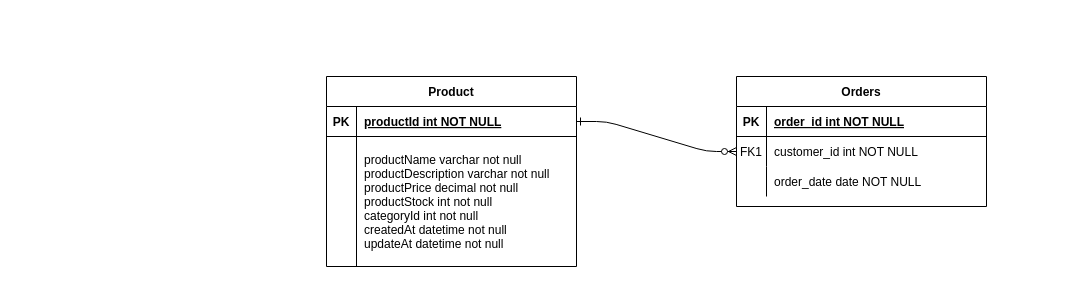
Before: DBInventory.drawio in DrDaxter/diagrams, a draw.io diagram. Source tidied: cells renumbered, new cells numbered last; positions are measured from the earlier drawing's top-left corner, leaving out a move shared by most shapes. Both pictures are drawn from the tidied source at 100%, with x=0, y=0 at pixel (326, 76).
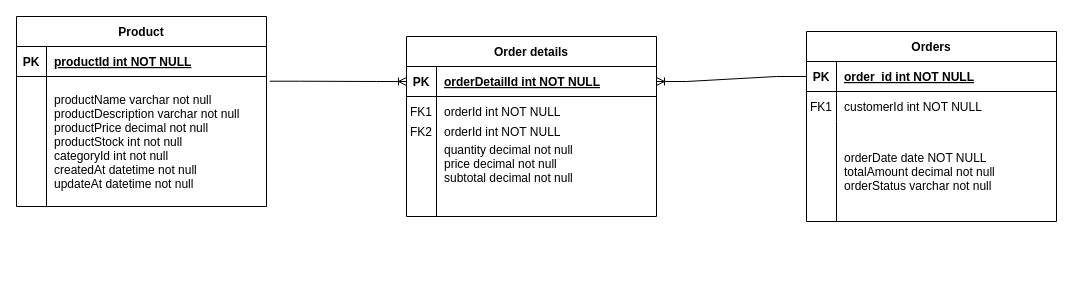
The same diagram, later.

Unchanged cells that the change refers to:
```xml
<mxCell id="4" style="shape=partialRectangle;fillColor=none;points=[[0,0.5],[1,0.5]];portConstraint=eastwest;top=0;left=0;right=0;bottom=1;" parent="3" vertex="1">
  <mxGeometry y="30" width="250" height="30" as="geometry" />
</mxCell>
<mxCell id="7" style="shape=partialRectangle;fillColor=none;points=[[0,0.5],[1,0.5]];portConstraint=eastwest;top=0;left=0;right=0;bottom=0;" parent="3" vertex="1">
  <mxGeometry y="60" width="250" height="30" as="geometry" />
</mxCell>
<mxCell id="14" style="shape=partialRectangle;fillColor=none;points=[[0,0.5],[1,0.5]];portConstraint=eastwest;top=0;left=0;right=0;bottom=1;" parent="13" vertex="1">
  <mxGeometry y="30" width="250" height="30" as="geometry" />
</mxCell>
```

Change to the diagram source:
```diff
@@
-    <mxCell id="2" style="edgeStyle=entityRelationEdgeStyle;endArrow=ERzeroToMany;startArrow=ERone;endFill=1;startFill=0;" parent="1" edge="1" source="14" target="7">
-      <mxGeometry relative="1" as="geometry" />
-    </mxCell>
     <mxCell id="3" value="Orders" style="shape=table;startSize=30;childLayout=tableLayout;rowLines=0;fontStyle=1;align=center;" parent="1" vertex="1">
-      <mxGeometry x="410" width="250" height="130" as="geometry" />
+      <mxGeometry x="480" y="-45" width="250" height="190" as="geometry" />
     </mxCell>
@@
-    <mxCell id="9" value="customer_id int NOT NULL" style="shape=partialRectangle;overflow=hidden;fillColor=none;top=0;left=0;bottom=0;right=0;align=left;spacingLeft=6;" parent="7" vertex="1">
+    <mxCell id="9" value="customerId int NOT NULL" style="shape=partialRectangle;overflow=hidden;fillColor=none;top=0;left=0;bottom=0;right=0;align=left;spacingLeft=6;" parent="7" vertex="1">
       <mxGeometry x="30" width="220" height="30" as="geometry" />
     </mxCell>
     <mxCell id="10" style="shape=partialRectangle;fillColor=none;top=0;left=0;right=0;bottom=0;" parent="3" vertex="1">
-      <mxGeometry y="90" width="250" height="30" as="geometry" />
+      <mxGeometry y="90" width="250" height="100" as="geometry" />
     </mxCell>
     <mxCell id="11" style="shape=partialRectangle;overflow=hidden;fillColor=none;top=0;left=0;bottom=0;right=0;" parent="10" vertex="1">
-      <mxGeometry width="30" height="30" as="geometry" />
+      <mxGeometry width="30" height="100" as="geometry" />
     </mxCell>
-    <mxCell id="12" value="order_date date NOT NULL" style="shape=partialRectangle;overflow=hidden;fillColor=none;top=0;left=0;bottom=0;right=0;align=left;spacingLeft=6;" parent="10" vertex="1">
-      <mxGeometry x="30" width="220" height="30" as="geometry" />
+    <mxCell id="12" value="orderDate date NOT NULL&#10;totalAmount decimal not null&#10;orderStatus varchar not null" style="shape=partialRectangle;overflow=hidden;fillColor=none;top=0;left=0;bottom=0;right=0;align=left;spacingLeft=6;" parent="10" vertex="1">
+      <mxGeometry x="30" width="220" height="100" as="geometry" />
     </mxCell>
     <mxCell id="13" value="Product" style="shape=table;startSize=30;childLayout=tableLayout;rowLines=0;fontStyle=1;align=center;" parent="1" vertex="1">
-      <mxGeometry width="250" height="190" as="geometry" />
+      <mxGeometry x="-310" y="-60" width="250" height="190" as="geometry" />
     </mxCell>
@@
+    <mxCell id="20" value="Order details" style="shape=table;startSize=30;childLayout=tableLayout;rowLines=0;fontStyle=1;align=center;" parent="1" vertex="1">
+      <mxGeometry x="80" y="-40" width="250" height="180" as="geometry" />
+    </mxCell>
+    <mxCell id="21" style="shape=partialRectangle;fillColor=none;points=[[0,0.5],[1,0.5]];portConstraint=eastwest;top=0;left=0;right=0;bottom=1;" parent="20" vertex="1">
+      <mxGeometry y="30" width="250" height="30" as="geometry" />
+    </mxCell>
+    <mxCell id="22" value="PK" style="shape=partialRectangle;overflow=hidden;fillColor=none;top=0;left=0;bottom=0;right=0;fontStyle=1;" parent="21" vertex="1">
+      <mxGeometry width="30" height="30" as="geometry" />
+    </mxCell>
+    <mxCell id="23" value="orderDetailId int NOT NULL " style="shape=partialRectangle;overflow=hidden;fillColor=none;top=0;left=0;bottom=0;right=0;align=left;spacingLeft=6;fontStyle=5;" parent="21" vertex="1">
+      <mxGeometry x="30" width="220" height="30" as="geometry" />
+    </mxCell>
+    <mxCell id="24" style="shape=partialRectangle;fillColor=none;top=0;left=0;right=0;bottom=0;" parent="20" vertex="1">
+      <mxGeometry y="60" width="250" height="120" as="geometry" />
+    </mxCell>
+    <mxCell id="25" style="shape=partialRectangle;overflow=hidden;fillColor=none;top=0;left=0;bottom=0;right=0;" parent="24" vertex="1">
+      <mxGeometry width="30" height="120" as="geometry" />
+    </mxCell>
+    <mxCell id="26" value="&#10;quantity decimal not null&#10;price decimal not null&#10;subtotal decimal not null" style="shape=partialRectangle;overflow=hidden;fillColor=none;top=0;left=0;bottom=0;right=0;align=left;spacingLeft=6;" parent="24" vertex="1">
+      <mxGeometry x="30" width="220" height="120" as="geometry" />
+    </mxCell>
+    <mxCell id="27" value="FK1" style="shape=partialRectangle;overflow=hidden;fillColor=none;top=0;left=0;bottom=0;right=0;" parent="1" vertex="1">
+      <mxGeometry x="80" y="20" width="30" height="30" as="geometry" />
+    </mxCell>
+    <mxCell id="28" value="orderId int NOT NULL" style="shape=partialRectangle;overflow=hidden;fillColor=none;top=0;left=0;bottom=0;right=0;align=left;spacingLeft=6;" parent="1" vertex="1">
+      <mxGeometry x="110" y="20" width="220" height="30" as="geometry" />
+    </mxCell>
+    <mxCell id="29" value="orderId int NOT NULL" style="shape=partialRectangle;overflow=hidden;fillColor=none;top=0;left=0;bottom=0;right=0;align=left;spacingLeft=6;" parent="1" vertex="1">
+      <mxGeometry x="110" y="40" width="220" height="30" as="geometry" />
+    </mxCell>
+    <mxCell id="30" value="FK2" style="shape=partialRectangle;overflow=hidden;fillColor=none;top=0;left=0;bottom=0;right=0;" parent="1" vertex="1">
+      <mxGeometry x="80" y="40" width="30" height="30" as="geometry" />
+    </mxCell>
+    <mxCell id="31" style="edgeStyle=entityRelationEdgeStyle;fontSize=12;html=1;endArrow=ERoneToMany;rounded=0;exitX=0;exitY=0.5;exitDx=0;exitDy=0;entryX=1;entryY=0.5;entryDx=0;entryDy=0;" parent="1" edge="1" source="4" target="21">
+      <mxGeometry relative="1" as="geometry" />
+    </mxCell>
+    <mxCell id="32" style="edgeStyle=entityRelationEdgeStyle;fontSize=12;html=1;endArrow=ERoneToMany;rounded=0;exitX=1.013;exitY=1.157;exitDx=0;exitDy=0;entryX=0;entryY=0.5;entryDx=0;entryDy=0;exitPerimeter=0;" parent="1" edge="1" source="14" target="21">
+      <mxGeometry relative="1" as="geometry" />
+    </mxCell>
```
